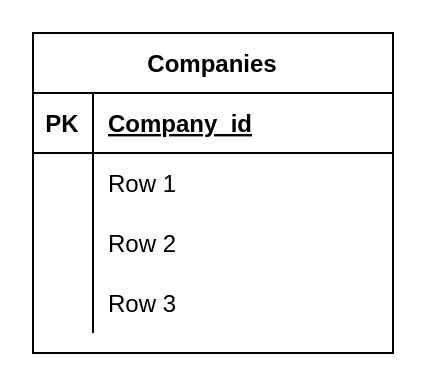
Before: page "Companies" (3 of 6) of Untitled Diagram.drawio in stamppls/crm-design, a draw.io diagram. Source tidied: cells renumbered, new cells numbered last; positions are measured from the earlier drawing's top-left corner, leaving out a move shared by most shapes. Both pictures are drawn from the tidied source at 200%, with x=0, y=0 at pixel (32, 32).
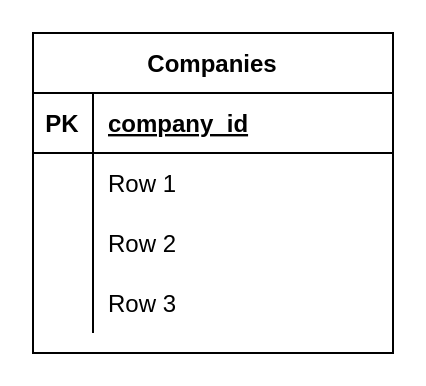
Above is the later version.

Diff of the diagram source:
```diff
@@
 <mxGraphModel>
   <root>
     <mxCell id="0" />
     <mxCell id="1" parent="0" />
     <mxCell id="2" value="Companies" style="shape=table;startSize=30;childLayout=tableLayout;rowLines=0;fontStyle=1;align=center;" parent="1" vertex="1">
       <mxGeometry width="180" height="160" as="geometry" />
     </mxCell>
     <mxCell id="3" style="shape=partialRectangle;fillColor=none;top=0;left=0;bottom=1;right=0;" parent="2" vertex="1">
       <mxGeometry y="30" width="180" height="30" as="geometry" />
     </mxCell>
     <mxCell id="4" value="PK" style="shape=partialRectangle;fillColor=none;top=0;left=0;bottom=0;right=0;fontStyle=1;overflow=hidden;" parent="3" vertex="1">
       <mxGeometry width="30" height="30" as="geometry" />
     </mxCell>
-    <mxCell id="5" value="Company_id" style="shape=partialRectangle;fillColor=none;top=0;left=0;bottom=0;right=0;align=left;spacingLeft=6;fontStyle=5;overflow=hidden;" parent="3" vertex="1">
+    <mxCell id="5" value="company_id" style="shape=partialRectangle;fillColor=none;top=0;left=0;bottom=0;right=0;align=left;spacingLeft=6;fontStyle=5;overflow=hidden;" parent="3" vertex="1">
       <mxGeometry x="30" width="150" height="30" as="geometry" />
     </mxCell>
     <mxCell id="6" style="shape=partialRectangle;fillColor=none;top=0;left=0;bottom=0;right=0;" parent="2" vertex="1">
       <mxGeometry y="60" width="180" height="30" as="geometry" />
     </mxCell>
     <mxCell id="7" style="shape=partialRectangle;fillColor=none;top=0;left=0;bottom=0;right=0;overflow=hidden;" parent="6" vertex="1">
       <mxGeometry width="30" height="30" as="geometry" />
     </mxCell>
     <mxCell id="8" value="Row 1" style="shape=partialRectangle;fillColor=none;top=0;left=0;bottom=0;right=0;align=left;spacingLeft=6;overflow=hidden;" parent="6" vertex="1">
       <mxGeometry x="30" width="150" height="30" as="geometry" />
     </mxCell>
     <mxCell id="9" style="shape=partialRectangle;fillColor=none;top=0;left=0;bottom=0;right=0;" parent="2" vertex="1">
       <mxGeometry y="90" width="180" height="30" as="geometry" />
     </mxCell>
     <mxCell id="10" style="shape=partialRectangle;fillColor=none;top=0;left=0;bottom=0;right=0;overflow=hidden;" parent="9" vertex="1">
       <mxGeometry width="30" height="30" as="geometry" />
     </mxCell>
     <mxCell id="11" value="Row 2" style="shape=partialRectangle;fillColor=none;top=0;left=0;bottom=0;right=0;align=left;spacingLeft=6;overflow=hidden;" parent="9" vertex="1">
       <mxGeometry x="30" width="150" height="30" as="geometry" />
     </mxCell>
     <mxCell id="12" style="shape=partialRectangle;fillColor=none;top=0;left=0;bottom=0;right=0;" parent="2" vertex="1">
       <mxGeometry y="120" width="180" height="30" as="geometry" />
     </mxCell>
     <mxCell id="13" style="shape=partialRectangle;fillColor=none;top=0;left=0;bottom=0;right=0;overflow=hidden;" parent="12" vertex="1">
       <mxGeometry width="30" height="30" as="geometry" />
     </mxCell>
     <mxCell id="14" value="Row 3" style="shape=partialRectangle;fillColor=none;top=0;left=0;bottom=0;right=0;align=left;spacingLeft=6;overflow=hidden;" parent="12" vertex="1">
       <mxGeometry x="30" width="150" height="30" as="geometry" />
     </mxCell>
   </root>
 </mxGraphModel>
```
